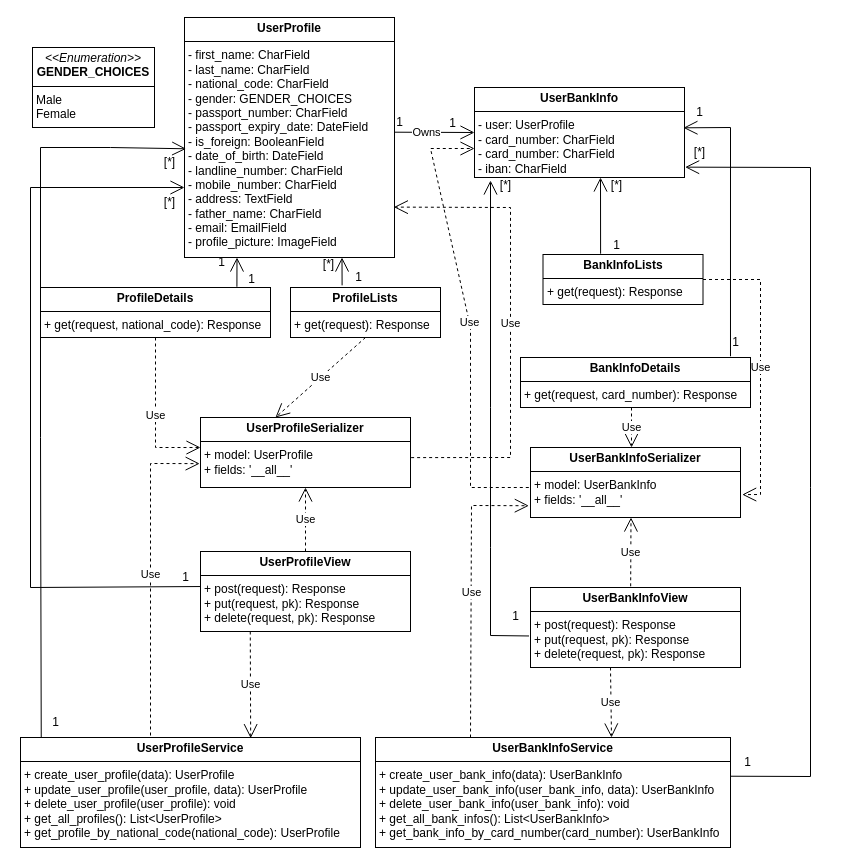
Above: Class-Diagram/ProfilesService-Class-Diagram.drawio in Travel-Booking-Framework/ProfilesService (draw.io), before the change. Source tidied: cells renumbered, new cells numbered last; positions are measured from the earlier drawing's top-left corner, leaving out a move shared by most shapes. Both pictures are drawn from the tidied source at 100%, with x=0, y=0 at pixel (20, 17).
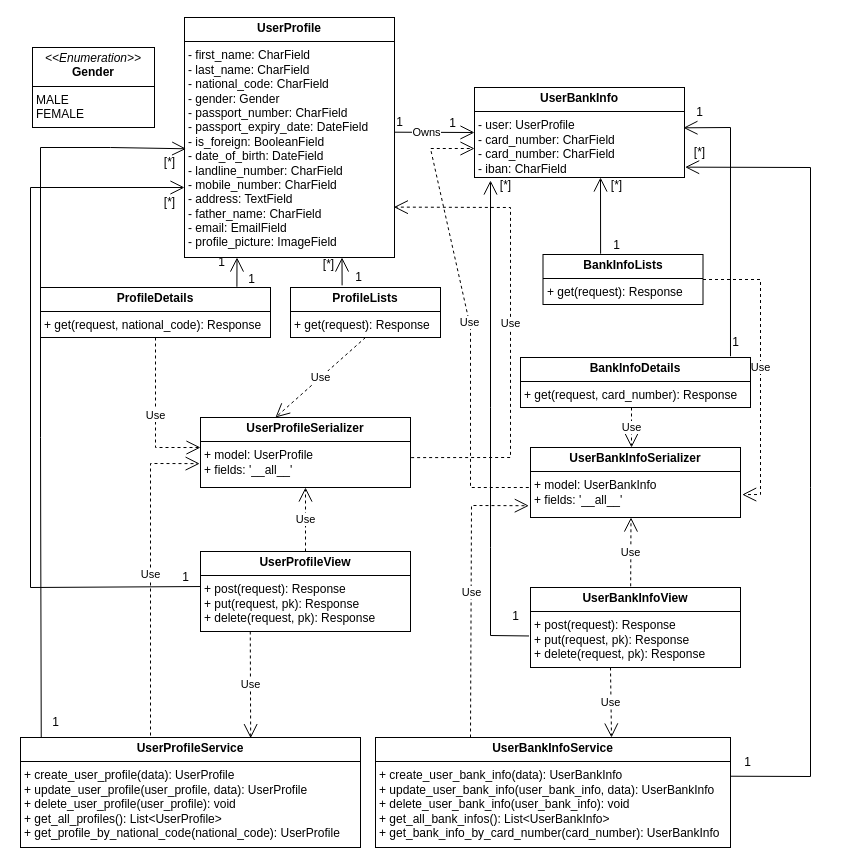
The same page after the edit.

Commit message (it also covers changes not shown here):
Modify Class Diagram (Enum)

Diff of the diagram source:
```diff
@@
-    <mxCell id="2" value="&lt;p style=&quot;margin:0px;margin-top:4px;text-align:center;&quot;&gt;&lt;b&gt;UserProfile&lt;/b&gt;&lt;/p&gt;&lt;hr size=&quot;1&quot; style=&quot;border-style:solid;&quot;&gt;&lt;p style=&quot;margin:0px;margin-left:4px;&quot;&gt;- first_name: CharField&lt;/p&gt;&lt;p style=&quot;margin:0px;margin-left:4px;&quot;&gt;- last_name: CharField&lt;br&gt;&lt;/p&gt;&lt;p style=&quot;margin:0px;margin-left:4px;&quot;&gt;- national_code:&amp;nbsp;&lt;span style=&quot;background-color: initial;&quot;&gt;CharField&lt;/span&gt;&lt;/p&gt;&lt;p style=&quot;margin:0px;margin-left:4px;&quot;&gt;- gender: GENDER_CHOICES&lt;/p&gt;&lt;p style=&quot;margin:0px;margin-left:4px;&quot;&gt;- passport_number:&amp;nbsp;&lt;span style=&quot;background-color: initial;&quot;&gt;CharField&lt;/span&gt;&lt;/p&gt;&lt;p style=&quot;margin:0px;margin-left:4px;&quot;&gt;- passport_expiry_date: DateField&lt;/p&gt;&lt;p style=&quot;margin:0px;margin-left:4px;&quot;&gt;- is_foreign: BooleanField&lt;/p&gt;&lt;p style=&quot;margin:0px;margin-left:4px;&quot;&gt;- date_of_birth: DateField&lt;/p&gt;&lt;p style=&quot;margin:0px;margin-left:4px;&quot;&gt;- landline_number:&amp;nbsp;&lt;span style=&quot;background-color: initial;&quot;&gt;CharField&lt;/span&gt;&lt;/p&gt;&lt;p style=&quot;margin:0px;margin-left:4px;&quot;&gt;- mobile_number:&amp;nbsp;&lt;span style=&quot;background-color: initial;&quot;&gt;CharField&lt;/span&gt;&lt;/p&gt;&lt;p style=&quot;margin:0px;margin-left:4px;&quot;&gt;- address: TextField&lt;/p&gt;&lt;p style=&quot;margin:0px;margin-left:4px;&quot;&gt;- father_name: CharField&lt;/p&gt;&lt;p style=&quot;margin:0px;margin-left:4px;&quot;&gt;- email: EmailField&lt;/p&gt;&lt;p style=&quot;margin:0px;margin-left:4px;&quot;&gt;&lt;span style=&quot;background-color: initial;&quot;&gt;- profile_picture: ImageField&lt;/span&gt;&lt;/p&gt;" style="verticalAlign=top;align=left;overflow=fill;html=1;whiteSpace=wrap;" parent="1" vertex="1">
+    <mxCell id="2" value="&lt;p style=&quot;margin:0px;margin-top:4px;text-align:center;&quot;&gt;&lt;b&gt;UserProfile&lt;/b&gt;&lt;/p&gt;&lt;hr size=&quot;1&quot; style=&quot;border-style:solid;&quot;&gt;&lt;p style=&quot;margin:0px;margin-left:4px;&quot;&gt;- first_name: CharField&lt;/p&gt;&lt;p style=&quot;margin:0px;margin-left:4px;&quot;&gt;- last_name: CharField&lt;br&gt;&lt;/p&gt;&lt;p style=&quot;margin:0px;margin-left:4px;&quot;&gt;- national_code:&amp;nbsp;&lt;span style=&quot;background-color: initial;&quot;&gt;CharField&lt;/span&gt;&lt;/p&gt;&lt;p style=&quot;margin:0px;margin-left:4px;&quot;&gt;- gender: Gender&lt;/p&gt;&lt;p style=&quot;margin:0px;margin-left:4px;&quot;&gt;- passport_number:&amp;nbsp;&lt;span style=&quot;background-color: initial;&quot;&gt;CharField&lt;/span&gt;&lt;/p&gt;&lt;p style=&quot;margin:0px;margin-left:4px;&quot;&gt;- passport_expiry_date: DateField&lt;/p&gt;&lt;p style=&quot;margin:0px;margin-left:4px;&quot;&gt;- is_foreign: BooleanField&lt;/p&gt;&lt;p style=&quot;margin:0px;margin-left:4px;&quot;&gt;- date_of_birth: DateField&lt;/p&gt;&lt;p style=&quot;margin:0px;margin-left:4px;&quot;&gt;- landline_number:&amp;nbsp;&lt;span style=&quot;background-color: initial;&quot;&gt;CharField&lt;/span&gt;&lt;/p&gt;&lt;p style=&quot;margin:0px;margin-left:4px;&quot;&gt;- mobile_number:&amp;nbsp;&lt;span style=&quot;background-color: initial;&quot;&gt;CharField&lt;/span&gt;&lt;/p&gt;&lt;p style=&quot;margin:0px;margin-left:4px;&quot;&gt;- address: TextField&lt;/p&gt;&lt;p style=&quot;margin:0px;margin-left:4px;&quot;&gt;- father_name: CharField&lt;/p&gt;&lt;p style=&quot;margin:0px;margin-left:4px;&quot;&gt;- email: EmailField&lt;/p&gt;&lt;p style=&quot;margin:0px;margin-left:4px;&quot;&gt;&lt;span style=&quot;background-color: initial;&quot;&gt;- profile_picture: ImageField&lt;/span&gt;&lt;/p&gt;" style="verticalAlign=top;align=left;overflow=fill;html=1;whiteSpace=wrap;" parent="1" vertex="1">
       <mxGeometry x="164" width="210" height="240" as="geometry" />
     </mxCell>
-    <mxCell id="3" value="&lt;p style=&quot;margin:0px;margin-top:4px;text-align:center;&quot;&gt;&lt;i&gt;&amp;lt;&amp;lt;Enumeration&amp;gt;&amp;gt;&lt;/i&gt;&lt;br&gt;&lt;b&gt;GENDER_CHOICES&lt;/b&gt;&lt;/p&gt;&lt;hr size=&quot;1&quot; style=&quot;border-style:solid;&quot;&gt;&lt;p style=&quot;margin:0px;margin-left:4px;&quot;&gt;Male&lt;br&gt;Female&lt;/p&gt;" style="verticalAlign=top;align=left;overflow=fill;html=1;whiteSpace=wrap;" parent="1" vertex="1">
+    <mxCell id="3" value="&lt;p style=&quot;margin:0px;margin-top:4px;text-align:center;&quot;&gt;&lt;i&gt;&amp;lt;&amp;lt;Enumeration&amp;gt;&amp;gt;&lt;/i&gt;&lt;br&gt;&lt;b&gt;Gender&lt;/b&gt;&lt;/p&gt;&lt;hr size=&quot;1&quot; style=&quot;border-style:solid;&quot;&gt;&lt;p style=&quot;margin:0px;margin-left:4px;&quot;&gt;MALE&lt;br&gt;FEMALE&lt;/p&gt;" style="verticalAlign=top;align=left;overflow=fill;html=1;whiteSpace=wrap;" parent="1" vertex="1">
       <mxGeometry x="12" y="30" width="122" height="80" as="geometry" />
     </mxCell>
```
